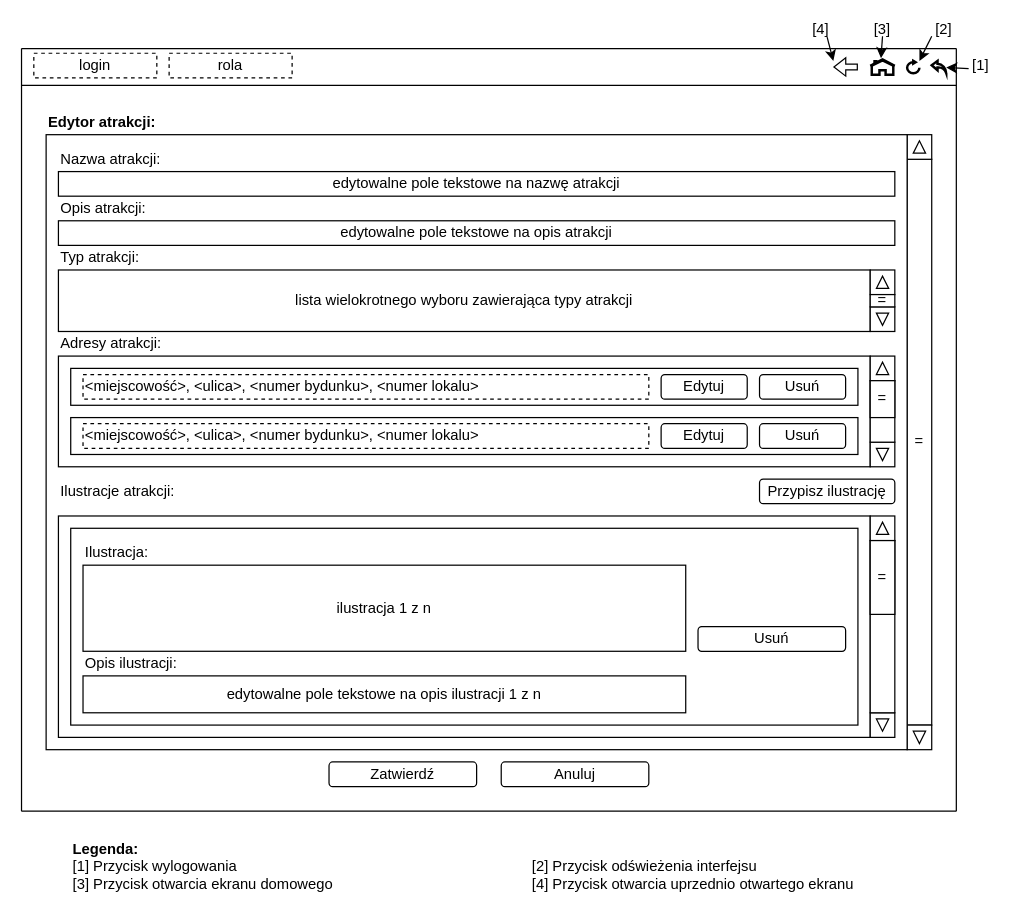
Before: aplikacja-dostepowa/model-gui/wersje-robocze/ekran-edytor-atrakcji.drawio in walig-here/localities-database, a draw.io diagram. Source tidied: cells renumbered, new cells numbered last; positions are measured from the earlier drawing's top-left corner, leaving out a move shared by most shapes. Both pictures are drawn from the tidied source at 123%, with x=0, y=0 at pixel (21, 23).
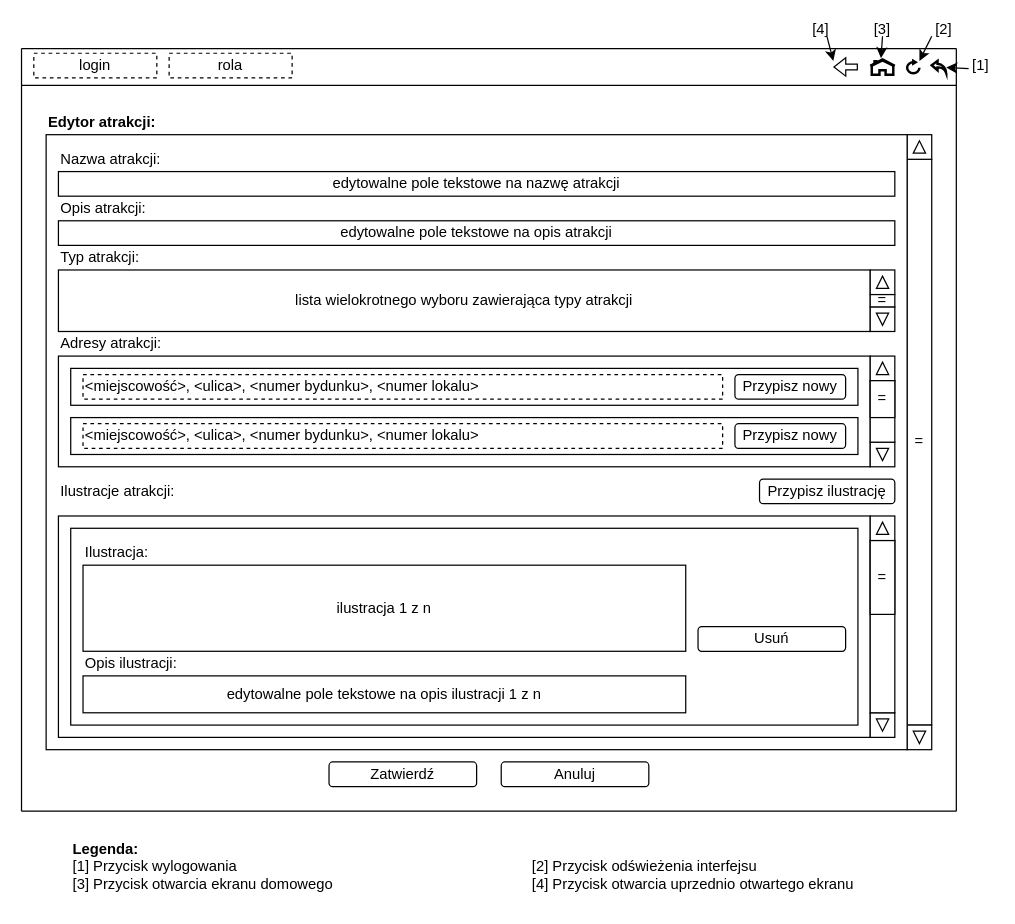
After the change.

Change to the diagram source:
```diff
@@
-    <mxCell id="50" value="Usuń" style="rounded=1;whiteSpace=wrap;html=1;" parent="1" vertex="1">
-      <mxGeometry x="600" y="285" width="70" height="20" as="geometry" />
-    </mxCell>
-    <mxCell id="51" value="Edytuj" style="rounded=1;whiteSpace=wrap;html=1;" parent="1" vertex="1">
-      <mxGeometry x="520" y="285" width="70" height="20" as="geometry" />
+    <mxCell id="51" value="Przypisz nowy" style="rounded=1;whiteSpace=wrap;html=1;" parent="1" vertex="1">
+      <mxGeometry x="580" y="285" width="90" height="20" as="geometry" />
     </mxCell>
     <mxCell id="52" value="&amp;lt;miejscowość&amp;gt;, &amp;lt;ulica&amp;gt;, &amp;lt;numer bydunku&amp;gt;, &amp;lt;numer lokalu&amp;gt;" style="text;html=1;strokeColor=default;fillColor=none;align=left;verticalAlign=middle;whiteSpace=wrap;rounded=0;dashed=1;" parent="1" vertex="1">
-      <mxGeometry x="50" y="285" width="460" height="20" as="geometry" />
+      <mxGeometry x="50" y="285" width="520" height="20" as="geometry" />
     </mxCell>
@@
-    <mxCell id="54" value="Usuń" style="rounded=1;whiteSpace=wrap;html=1;" parent="1" vertex="1">
-      <mxGeometry x="600" y="325" width="70" height="20" as="geometry" />
-    </mxCell>
-    <mxCell id="55" value="Edytuj" style="rounded=1;whiteSpace=wrap;html=1;" parent="1" vertex="1">
-      <mxGeometry x="520" y="325" width="70" height="20" as="geometry" />
-    </mxCell>
     <mxCell id="56" value="&amp;lt;miejscowość&amp;gt;, &amp;lt;ulica&amp;gt;, &amp;lt;numer bydunku&amp;gt;, &amp;lt;numer lokalu&amp;gt;" style="text;html=1;strokeColor=default;fillColor=none;align=left;verticalAlign=middle;whiteSpace=wrap;rounded=0;dashed=1;" parent="1" vertex="1">
-      <mxGeometry x="50" y="325" width="460" height="20" as="geometry" />
+      <mxGeometry x="50" y="325" width="520" height="20" as="geometry" />
     </mxCell>
@@
+    <mxCell id="73" value="Przypisz nowy" style="rounded=1;whiteSpace=wrap;html=1;" parent="1" vertex="1">
+      <mxGeometry x="580" y="325" width="90" height="20" as="geometry" />
+    </mxCell>
```
